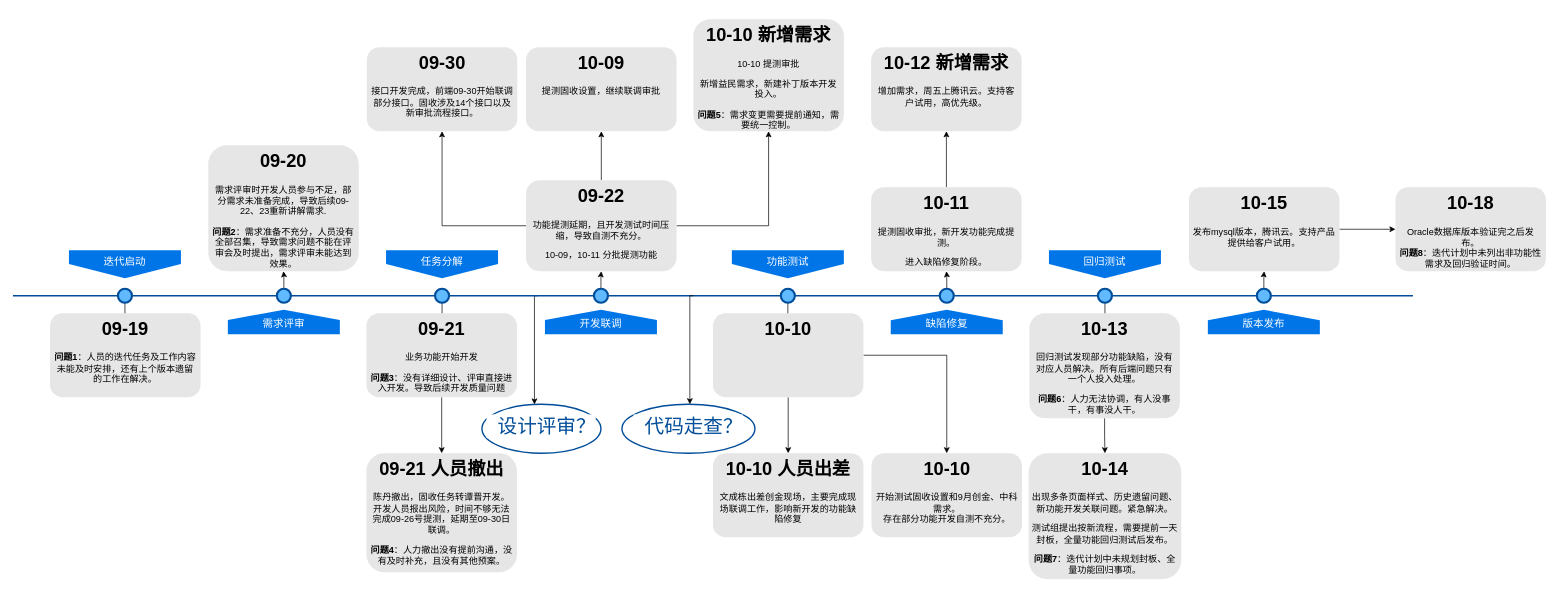
This is page "Page-1" (2 of 2) of 未命名绘图.drawio from warmsheep/my-example, a draw.io file, before an edit. Source tidied: cells renumbered, new cells numbered last; positions are measured from the earlier drawing's top-left corner, leaving out a move shared by most shapes. Both pictures are drawn from the tidied source at 70%, with x=0, y=0 at pixel (13, 19).
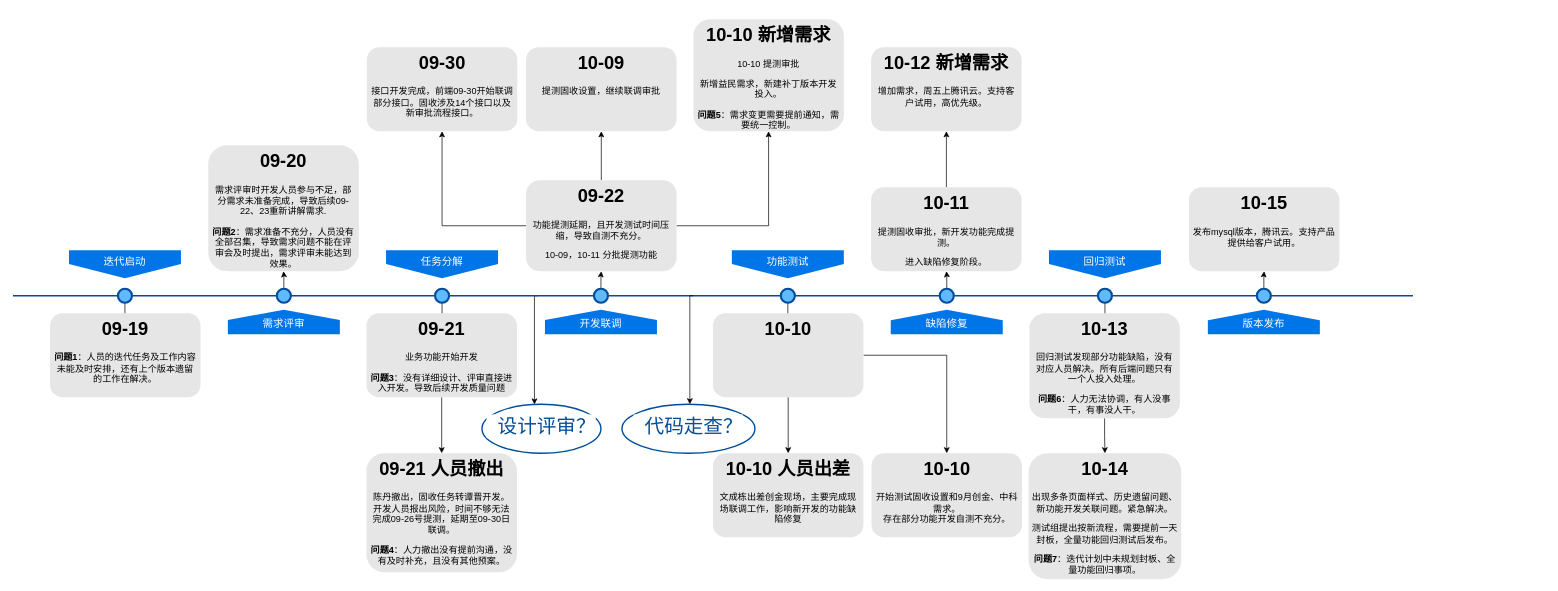
The same page after the edit.

Commit message:
更新未命名绘图.drawio

The change refers to these unchanged cells:
```xml
<mxCell id="45" value="&lt;h1&gt;10-15&lt;/h1&gt;&lt;p&gt;发布mysql版本，腾讯云。支持产品提供给客户试用。&lt;/p&gt;" style="text;html=1;spacing=5;spacingTop=-20;whiteSpace=wrap;overflow=hidden;strokeColor=none;strokeWidth=3;fillColor=#E6E6E6;fontSize=13;fontColor=#000000;align=center;rounded=1;" parent="1" vertex="1">
  <mxGeometry x="1680" y="240" width="215" height="120" as="geometry" />
</mxCell>
```

What changed in the source:
```diff
@@
-    <mxCell id="44" style="edgeStyle=orthogonalEdgeStyle;rounded=0;jettySize=auto;html=1;" parent="1" edge="1" source="45" target="54">
-      <mxGeometry relative="1" as="geometry" />
-    </mxCell>
@@
-    <mxCell id="54" value="&lt;h1&gt;10-18&lt;/h1&gt;Oracle数据库版本验证完之后发布。&lt;br&gt;&lt;b&gt;问题8&lt;/b&gt;：迭代计划中未列出非功能性需求及回归验证时间。" style="text;html=1;spacing=5;spacingTop=-20;whiteSpace=wrap;overflow=hidden;strokeColor=none;strokeWidth=3;fillColor=#E6E6E6;fontSize=13;fontColor=#000000;align=center;rounded=1;" parent="1" vertex="1">
-      <mxGeometry x="1975" y="240" width="215" height="120" as="geometry" />
-    </mxCell>
```
